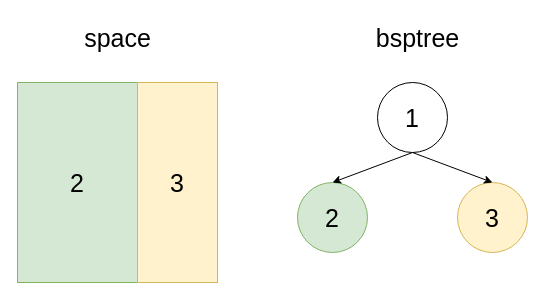
Above: bigworld-load-balance-cell-split-3.drawio in antsmallant/MyDraw (draw.io), before the change. Source tidied: cells renumbered, new cells numbered last; positions are measured from the earlier drawing's top-left corner, leaving out a move shared by most shapes. Both pictures are drawn from the tidied source at 100%, with x=0, y=0 at pixel (17, 17).
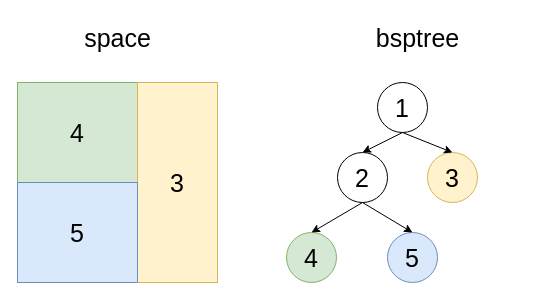
The same diagram, later.

What changed in the source:
```diff
@@
 <mxGraphModel>
   <root>
     <mxCell id="0" />
     <mxCell id="1" parent="0" />
-    <mxCell id="2" value="2" style="rounded=0;whiteSpace=wrap;html=1;fillColor=#d5e8d4;strokeColor=#82b366;fontSize=25;" parent="1" vertex="1">
-      <mxGeometry y="65" width="120" height="200" as="geometry" />
+    <mxCell id="2" value="4" style="rounded=0;whiteSpace=wrap;html=1;fillColor=#d5e8d4;strokeColor=#82b366;fontSize=25;" parent="1" vertex="1">
+      <mxGeometry y="65" width="120" height="100" as="geometry" />
     </mxCell>
     <mxCell id="3" value="3" style="rounded=0;whiteSpace=wrap;html=1;fillColor=#fff2cc;strokeColor=#d6b656;fontSize=25;" parent="1" vertex="1">
       <mxGeometry x="120" y="65" width="80" height="200" as="geometry" />
     </mxCell>
     <mxCell id="4" value="space" style="text;html=1;align=center;verticalAlign=middle;strokeColor=none;fillColor=none;fontSize=25;" parent="1" vertex="1">
       <mxGeometry x="55" width="90" height="40" as="geometry" />
     </mxCell>
     <mxCell id="5" value="1" style="ellipse;whiteSpace=wrap;html=1;fontSize=25;" parent="1" vertex="1">
-      <mxGeometry x="360" y="65" width="70" height="70" as="geometry" />
+      <mxGeometry x="360" y="65" width="50" height="50" as="geometry" />
     </mxCell>
     <mxCell id="6" value="bsptree" style="text;html=1;align=center;verticalAlign=middle;strokeColor=none;fillColor=none;fontSize=25;" parent="1" vertex="1">
       <mxGeometry x="345" width="110" height="40" as="geometry" />
     </mxCell>
-    <mxCell id="7" value="2" style="ellipse;whiteSpace=wrap;html=1;fontSize=25;fillColor=#d5e8d4;strokeColor=#82b366;" parent="1" vertex="1">
-      <mxGeometry x="280" y="165" width="70" height="70" as="geometry" />
+    <mxCell id="7" value="2" style="ellipse;whiteSpace=wrap;html=1;fontSize=25;" parent="1" vertex="1">
+      <mxGeometry x="320" y="135" width="50" height="50" as="geometry" />
     </mxCell>
     <mxCell id="8" value="3" style="ellipse;whiteSpace=wrap;html=1;fontSize=25;fillColor=#fff2cc;strokeColor=#d6b656;" parent="1" vertex="1">
-      <mxGeometry x="440" y="165" width="70" height="70" as="geometry" />
+      <mxGeometry x="410" y="135" width="50" height="50" as="geometry" />
     </mxCell>
     <mxCell id="9" style="endArrow=classic;html=1;rounded=0;exitX=0.5;exitY=1;exitDx=0;exitDy=0;entryX=0.5;entryY=0;entryDx=0;entryDy=0;" parent="1" edge="1" source="5" target="7">
       <mxGeometry relative="1" as="geometry" />
     </mxCell>
     <mxCell id="10" style="endArrow=classic;html=1;rounded=0;exitX=0.5;exitY=1;exitDx=0;exitDy=0;entryX=0.5;entryY=0;entryDx=0;entryDy=0;" parent="1" edge="1" source="5" target="8">
       <mxGeometry relative="1" as="geometry" />
     </mxCell>
+    <mxCell id="11" value="5" style="rounded=0;whiteSpace=wrap;html=1;fillColor=#dae8fc;strokeColor=#6c8ebf;fontSize=25;" parent="1" vertex="1">
+      <mxGeometry y="165" width="120" height="100" as="geometry" />
+    </mxCell>
+    <mxCell id="12" value="4" style="ellipse;whiteSpace=wrap;html=1;fontSize=25;fillColor=#d5e8d4;strokeColor=#82b366;" parent="1" vertex="1">
+      <mxGeometry x="269" y="215" width="50" height="50" as="geometry" />
+    </mxCell>
+    <mxCell id="13" value="5" style="ellipse;whiteSpace=wrap;html=1;fontSize=25;fillColor=#dae8fc;strokeColor=#6c8ebf;" parent="1" vertex="1">
+      <mxGeometry x="370" y="215" width="50" height="50" as="geometry" />
+    </mxCell>
+    <mxCell id="14" style="endArrow=classic;html=1;rounded=0;exitX=0.5;exitY=1;exitDx=0;exitDy=0;entryX=0.5;entryY=0;entryDx=0;entryDy=0;" parent="1" edge="1" source="7" target="12">
+      <mxGeometry relative="1" as="geometry" />
+    </mxCell>
+    <mxCell id="15" style="endArrow=classic;html=1;rounded=0;exitX=0.5;exitY=1;exitDx=0;exitDy=0;entryX=0.5;entryY=0;entryDx=0;entryDy=0;" parent="1" edge="1" source="7" target="13">
+      <mxGeometry relative="1" as="geometry" />
+    </mxCell>
   </root>
 </mxGraphModel>
```
